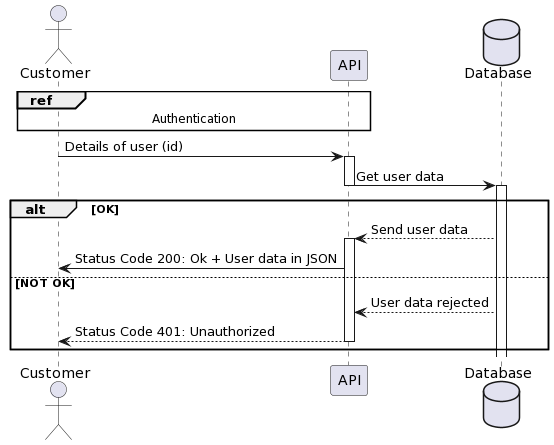
Before: UML diagramms/sequence-user.png, a diagram exported from PlantUML (olha-r/bilemo-api). The source it was exported from:
```plantuml
@startuml
actor Customer

participant API
database Database

ref over Customer, API
Authentication
end

Customer -> API : Details of user (id)
activate API

API -> Database : Get user data
deactivate API

activate Database


alt OK
Database --> API : Send user data
activate API
API->Customer : Status Code 200: Ok + User data in JSON

else NOT OK
Database --> API : User data rejected
API --> Customer : Status Code 401: Unauthorized

deactivate API
end

deactivate API
@enduml
```
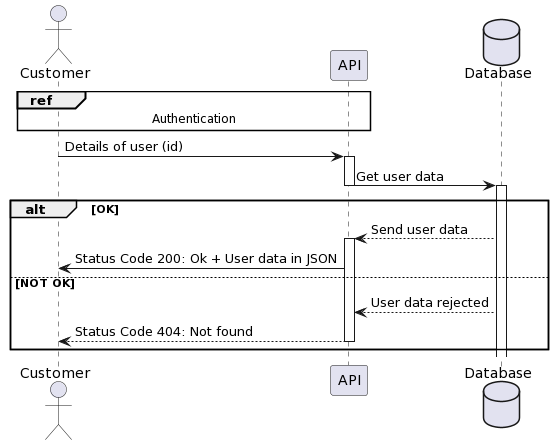
After the change.

Commit message:
Fix sequence user-details diagram, add User in cache

What changed in the source:
```diff
@@ -24,7 +24,7 @@
 
 else NOT OK
 Database --> API : User data rejected
-API --> Customer : Status Code 401: Unauthorized
+API --> Customer : Status Code 404: Not found
 
 deactivate API
 end
```
